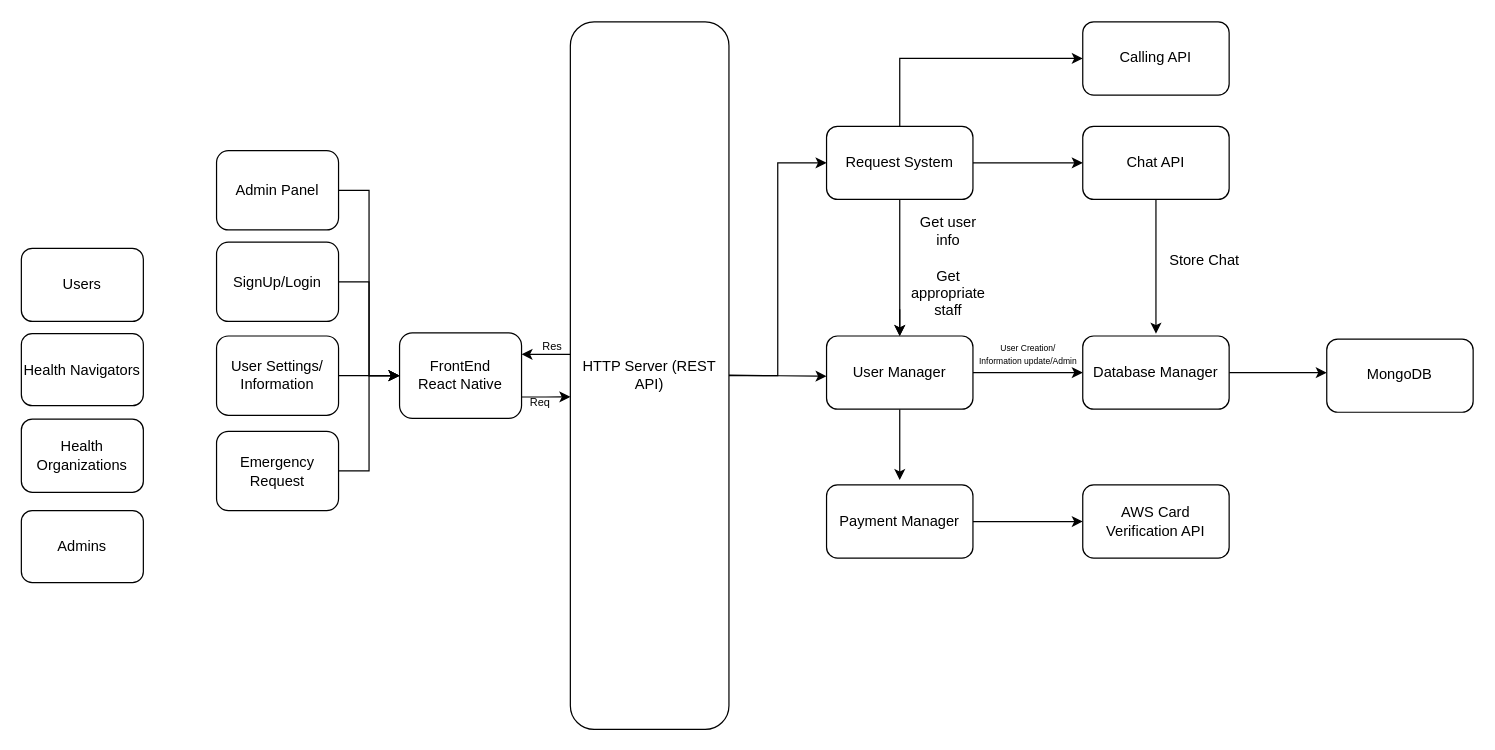
Above: Untitled Diagram.drawio in reiji77/System-Architecture-Diagram-Comp3900 (draw.io), before the change. Source tidied: cells renumbered, new cells numbered last; positions are measured from the earlier drawing's top-left corner, leaving out a move shared by most shapes. Both pictures are drawn from the tidied source at 122%, with x=0, y=0 at pixel (21, 21).
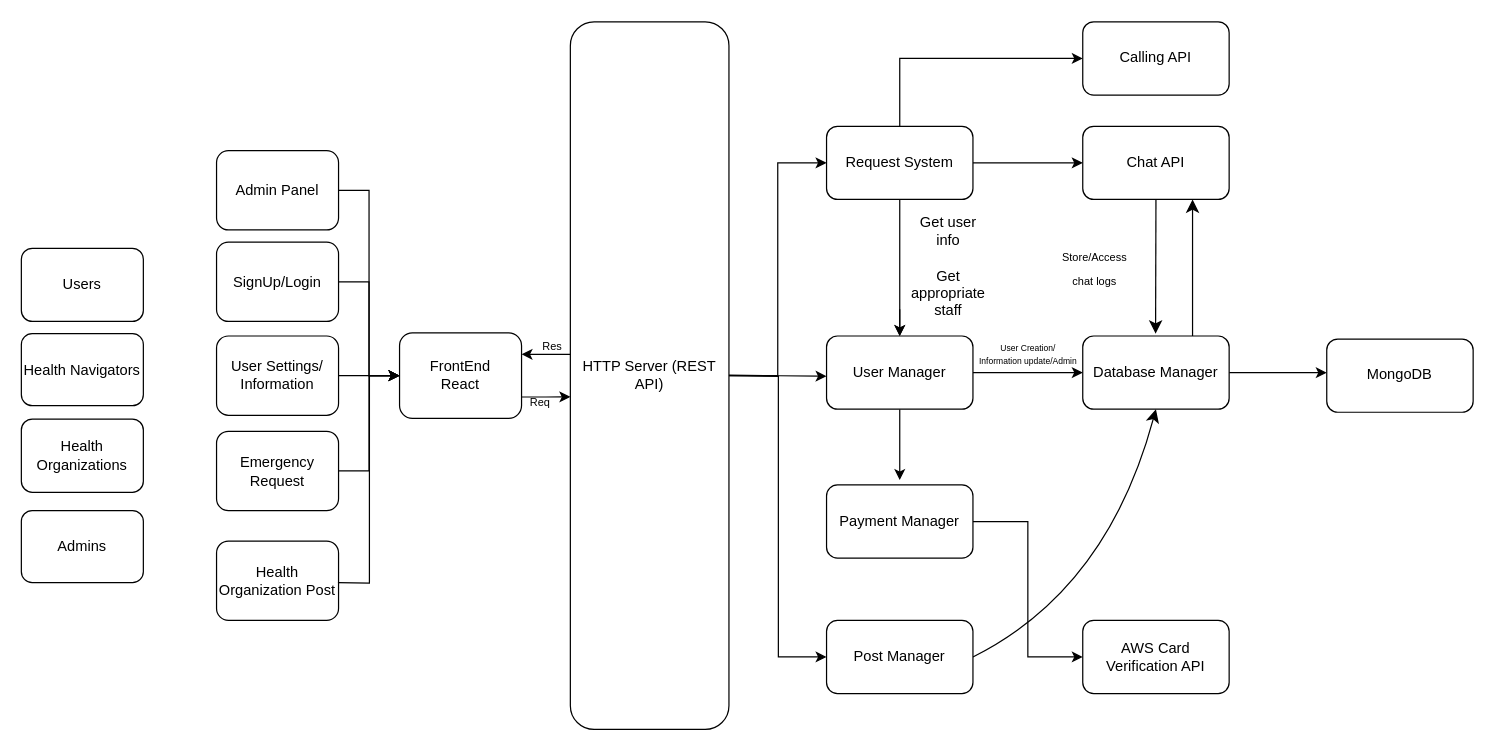
The same page after the edit.

The change refers to these unchanged cells:
```xml
<mxCell id="26" value="Chat API" style="rounded=1;whiteSpace=wrap;html=1;" parent="1" vertex="1">
  <mxGeometry x="870" y="86" width="120" height="60" as="geometry" />
</mxCell>
<mxCell id="28" value="Database Manager" style="rounded=1;whiteSpace=wrap;html=1;" parent="1" vertex="1">
  <mxGeometry x="870" y="257.9" width="120" height="60" as="geometry" />
</mxCell>
<mxCell id="38" value="Payment Manager" style="rounded=1;whiteSpace=wrap;html=1;" parent="1" vertex="1">
  <mxGeometry x="660" y="380" width="120" height="60" as="geometry" />
</mxCell>
```

What changed in the source:
```diff
@@
-    <mxCell id="2" value="FrontEnd&lt;div&gt;React Native&lt;/div&gt;" style="rounded=1;whiteSpace=wrap;html=1;" parent="1" vertex="1">
+    <mxCell id="2" value="FrontEnd&lt;div&gt;React&lt;/div&gt;" style="rounded=1;whiteSpace=wrap;html=1;" parent="1" vertex="1">
       <mxGeometry x="310" y="255.4" width="100" height="70" as="geometry" />
     </mxCell>
@@
-    <mxCell id="25" style="edgeStyle=orthogonalEdgeStyle;rounded=0;jettySize=auto;html=1;exitX=0.5;exitY=1;exitDx=0;exitDy=0;" parent="1" edge="1" source="26">
-      <mxGeometry relative="1" as="geometry">
-        <mxPoint x="930" y="256" as="targetPoint" />
-      </mxGeometry>
-    </mxCell>
+    <mxCell id="42" style="edgeStyle=none;curved=1;rounded=0;jettySize=auto;html=1;exitX=0.5;exitY=1;exitDx=0;exitDy=0;fontSize=12;startSize=8;endSize=8;" parent="1" edge="1" source="26">
+      <mxGeometry relative="1" as="geometry">
+        <mxPoint x="929.7" y="256" as="targetPoint" />
+      </mxGeometry>
+    </mxCell>
@@
+    <mxCell id="43" style="edgeStyle=none;curved=1;rounded=0;jettySize=auto;html=1;exitX=0.75;exitY=0;exitDx=0;exitDy=0;entryX=0.75;entryY=1;entryDx=0;entryDy=0;fontSize=12;startSize=8;endSize=8;" parent="1" edge="1" source="28" target="26">
+      <mxGeometry relative="1" as="geometry" />
+    </mxCell>
@@
-    <mxCell id="37" style="edgeStyle=orthogonalEdgeStyle;rounded=0;jettySize=auto;html=1;exitX=1;exitY=0.5;exitDx=0;exitDy=0;" parent="1" edge="1" source="38">
-      <mxGeometry relative="1" as="geometry">
-        <mxPoint x="870" y="410" as="targetPoint" />
-      </mxGeometry>
+    <mxCell id="37" style="edgeStyle=orthogonalEdgeStyle;rounded=0;jettySize=auto;html=1;exitX=1;exitY=0.5;exitDx=0;exitDy=0;entryX=0;entryY=0.5;entryDx=0;entryDy=0;" parent="1" edge="1" source="38" target="39">
+      <mxGeometry relative="1" as="geometry" />
     </mxCell>
@@
     <mxCell id="39" value="AWS Card Verification API" style="rounded=1;whiteSpace=wrap;html=1;" parent="1" vertex="1">
-      <mxGeometry x="870" y="380" width="120" height="60" as="geometry" />
+      <mxGeometry x="870" y="491" width="120" height="60" as="geometry" />
     </mxCell>
@@
-    <mxCell id="41" value="Store Chat" style="text;html=1;align=center;verticalAlign=middle;whiteSpace=wrap;rounded=0;" parent="1" vertex="1">
-      <mxGeometry x="940" y="181" width="60" height="30" as="geometry" />
-    </mxCell>
+    <mxCell id="44" value="Health Organization Post" style="rounded=1;whiteSpace=wrap;html=1;" parent="1" vertex="1">
+      <mxGeometry x="160" y="426" width="100" height="65" as="geometry" />
+    </mxCell>
+    <mxCell id="45" style="edgeStyle=orthogonalEdgeStyle;rounded=0;jettySize=auto;html=1;exitX=1;exitY=0.5;exitDx=0;exitDy=0;entryX=0;entryY=0.5;entryDx=0;entryDy=0;" parent="1" edge="1" target="2">
+      <mxGeometry relative="1" as="geometry">
+        <mxPoint x="259.5" y="460" as="sourcePoint" />
+      </mxGeometry>
+    </mxCell>
+    <mxCell id="46" value="&lt;font style=&quot;font-size: 9px;&quot;&gt;Store/Access chat logs&lt;/font&gt;" style="text;html=1;align=center;verticalAlign=middle;whiteSpace=wrap;rounded=0;fontSize=16;" parent="1" vertex="1">
+      <mxGeometry x="850" y="186" width="60" height="30" as="geometry" />
+    </mxCell>
+    <mxCell id="47" style="edgeStyle=none;curved=1;rounded=0;jettySize=auto;html=1;exitX=1;exitY=0.5;exitDx=0;exitDy=0;entryX=0.5;entryY=1;entryDx=0;entryDy=0;fontSize=12;startSize=8;endSize=8;" parent="1" edge="1" source="48" target="28">
+      <mxGeometry relative="1" as="geometry">
+        <Array as="points">
+          <mxPoint x="890" y="466" />
+        </Array>
+      </mxGeometry>
+    </mxCell>
+    <mxCell id="48" value="Post Manager" style="rounded=1;whiteSpace=wrap;html=1;" parent="1" vertex="1">
+      <mxGeometry x="660" y="491" width="120" height="60" as="geometry" />
+    </mxCell>
+    <mxCell id="49" style="edgeStyle=orthogonalEdgeStyle;rounded=0;jettySize=auto;html=1;exitX=1;exitY=0.5;exitDx=0;exitDy=0;entryX=0;entryY=0.5;entryDx=0;entryDy=0;" parent="1" edge="1" target="48">
+      <mxGeometry relative="1" as="geometry">
+        <mxPoint x="580" y="290.5" as="sourcePoint" />
+      </mxGeometry>
+    </mxCell>
```
